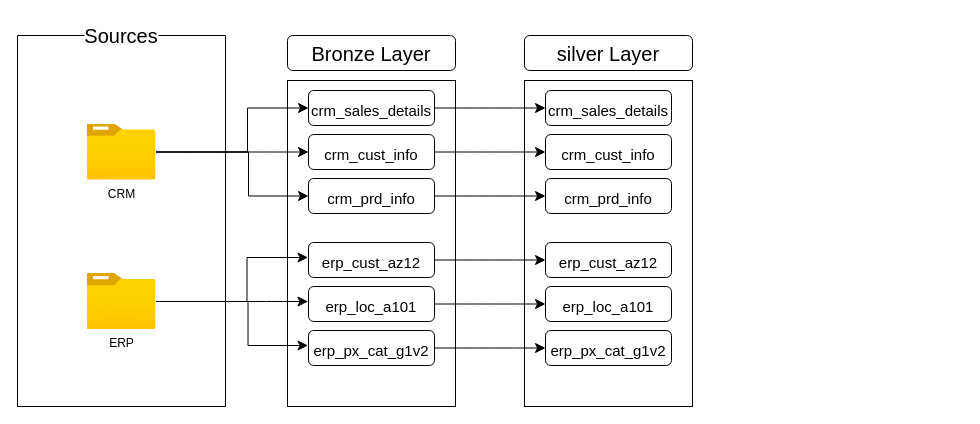
This is documents/DATA_FLOW_DIAGRAM.drawio from Swaraj-sj2000/sql-data-warehouse-project, a draw.io file, before an edit. Source tidied: cells renumbered, new cells numbered last; positions are measured from the earlier drawing's top-left corner, leaving out a move shared by most shapes. Both pictures are drawn from the tidied source at 100%, with x=0, y=0 at pixel (17, 17).
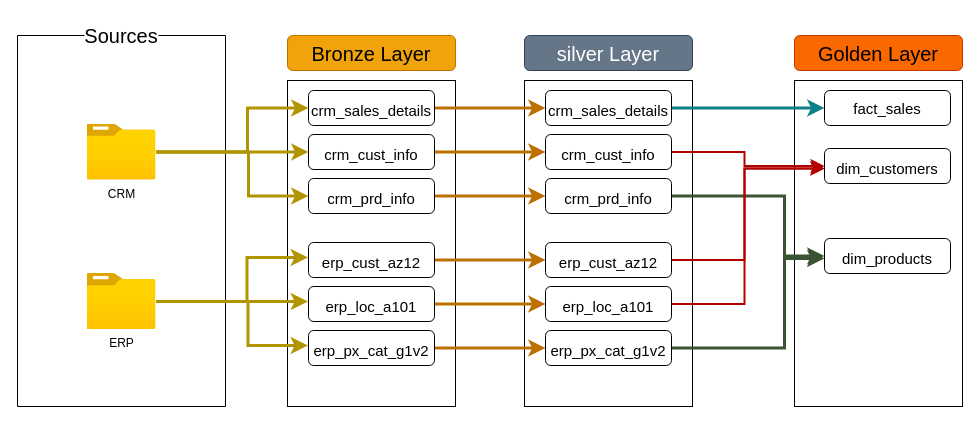
The same diagram, later.

The change refers to these unchanged cells:
```xml
<mxCell id="4" style="swimlane;startSize=0;" parent="1" vertex="1">
  <mxGeometry y="18" width="208" height="371" as="geometry" />
</mxCell>
<mxCell id="5" value="CRM&lt;div&gt;&lt;br&gt;&lt;/div&gt;" style="image;html=1;points=[];align=center;fontSize=12;image=img/lib/azure2/general/Folder_Blank.svg;" parent="4" vertex="1">
  <mxGeometry x="69.5" y="88.5" width="69" height="56" as="geometry" />
</mxCell>
<mxCell id="12" value="&lt;font style=&quot;font-size: 15px;&quot;&gt;crm_sales_details&lt;/font&gt;" style="rounded=1;whiteSpace=wrap;html=1;fontSize=20;verticalAlign=middle;labelPosition=center;verticalLabelPosition=middle;align=center;" parent="1" vertex="1">
  <mxGeometry x="291" y="73" width="126" height="35" as="geometry" />
</mxCell>
<mxCell id="15" value="&lt;font style=&quot;font-size: 15px;&quot;&gt;crm_prd_info&lt;/font&gt;" style="rounded=1;whiteSpace=wrap;html=1;fontSize=20;verticalAlign=middle;labelPosition=center;verticalLabelPosition=middle;align=center;" parent="1" vertex="1">
  <mxGeometry x="291" y="161" width="126" height="35" as="geometry" />
</mxCell>
<mxCell id="17" value="&lt;font style=&quot;font-size: 15px;&quot;&gt;crm_cust_info&lt;/font&gt;" style="rounded=1;whiteSpace=wrap;html=1;fontSize=20;verticalAlign=middle;labelPosition=center;verticalLabelPosition=middle;align=center;" parent="1" vertex="1">
  <mxGeometry x="291" y="117" width="126" height="35" as="geometry" />
</mxCell>
<mxCell id="20" value="&lt;span style=&quot;font-size: 15px;&quot;&gt;erp_cust_az12&lt;/span&gt;" style="rounded=1;whiteSpace=wrap;html=1;fontSize=20;verticalAlign=middle;labelPosition=center;verticalLabelPosition=middle;align=center;" parent="1" vertex="1">
  <mxGeometry x="291" y="225" width="126" height="35" as="geometry" />
</mxCell>
<mxCell id="22" value="&lt;font style=&quot;font-size: 15px;&quot;&gt;erp_px_cat_g1v2&lt;/font&gt;" style="rounded=1;whiteSpace=wrap;html=1;fontSize=20;verticalAlign=middle;labelPosition=center;verticalLabelPosition=middle;align=center;" parent="1" vertex="1">
  <mxGeometry x="291" y="313" width="126" height="35" as="geometry" />
</mxCell>
<mxCell id="24" value="&lt;font style=&quot;font-size: 15px;&quot;&gt;erp_loc_a101&lt;/font&gt;" style="rounded=1;whiteSpace=wrap;html=1;fontSize=20;verticalAlign=middle;labelPosition=center;verticalLabelPosition=middle;align=center;" parent="1" vertex="1">
  <mxGeometry x="291" y="269" width="126" height="35" as="geometry" />
</mxCell>
<mxCell id="29" value="&lt;font style=&quot;font-size: 15px;&quot;&gt;crm_sales_details&lt;/font&gt;" style="rounded=1;whiteSpace=wrap;html=1;fontSize=20;verticalAlign=middle;labelPosition=center;verticalLabelPosition=middle;align=center;" parent="1" vertex="1">
  <mxGeometry x="528" y="73" width="126" height="35" as="geometry" />
</mxCell>
<mxCell id="30" value="&lt;font style=&quot;font-size: 15px;&quot;&gt;crm_prd_info&lt;/font&gt;" style="rounded=1;whiteSpace=wrap;html=1;fontSize=20;verticalAlign=middle;labelPosition=center;verticalLabelPosition=middle;align=center;" parent="1" vertex="1">
  <mxGeometry x="528" y="161" width="126" height="35" as="geometry" />
</mxCell>
<mxCell id="31" value="&lt;font style=&quot;font-size: 15px;&quot;&gt;crm_cust_info&lt;/font&gt;" style="rounded=1;whiteSpace=wrap;html=1;fontSize=20;verticalAlign=middle;labelPosition=center;verticalLabelPosition=middle;align=center;" parent="1" vertex="1">
  <mxGeometry x="528" y="117" width="126" height="35" as="geometry" />
</mxCell>
<mxCell id="33" value="&lt;span style=&quot;font-size: 15px;&quot;&gt;erp_cust_az12&lt;/span&gt;" style="rounded=1;whiteSpace=wrap;html=1;fontSize=20;verticalAlign=middle;labelPosition=center;verticalLabelPosition=middle;align=center;" parent="1" vertex="1">
  <mxGeometry x="528" y="225" width="126" height="35" as="geometry" />
</mxCell>
<mxCell id="34" value="&lt;font style=&quot;font-size: 15px;&quot;&gt;erp_px_cat_g1v2&lt;/font&gt;" style="rounded=1;whiteSpace=wrap;html=1;fontSize=20;verticalAlign=middle;labelPosition=center;verticalLabelPosition=middle;align=center;" parent="1" vertex="1">
  <mxGeometry x="528" y="313" width="126" height="35" as="geometry" />
</mxCell>
<mxCell id="35" value="&lt;font style=&quot;font-size: 15px;&quot;&gt;erp_loc_a101&lt;/font&gt;" style="rounded=1;whiteSpace=wrap;html=1;fontSize=20;verticalAlign=middle;labelPosition=center;verticalLabelPosition=middle;align=center;" parent="1" vertex="1">
  <mxGeometry x="528" y="269" width="126" height="35" as="geometry" />
</mxCell>
```

The edit, as a diff of the source:
```diff
@@
+    <mxCell id="36" style="rounded=0;whiteSpace=wrap;html=1;glass=0;" parent="1" vertex="1">
+      <mxGeometry x="777" y="63" width="168" height="326" as="geometry" />
+    </mxCell>
@@
-    <mxCell id="3" style="rounded=0;whiteSpace=wrap;html=1;glass=0;" parent="1" vertex="1">
-      <mxGeometry x="270" y="63" width="168" height="326" as="geometry" />
-    </mxCell>
+    <mxCell id="37" style="rounded=0;whiteSpace=wrap;html=1;glass=0;fillStyle=solid;" parent="1" vertex="1">
+      <mxGeometry x="270" y="63" width="168" height="326" as="geometry" />
+    </mxCell>
@@
-    <mxCell id="7" style="edgeStyle=none;curved=1;rounded=0;orthogonalLoop=1;jettySize=auto;html=1;entryX=0;entryY=0.5;entryDx=0;entryDy=0;fontSize=12;startSize=8;endSize=8;" parent="4" edge="1">
-      <mxGeometry relative="1" as="geometry">
-        <mxPoint x="138.5" y="266" as="sourcePoint" />
-        <mxPoint x="290.5" y="266" as="targetPoint" />
-      </mxGeometry>
-    </mxCell>
-    <mxCell id="8" style="edgeStyle=orthogonalEdgeStyle;rounded=0;orthogonalLoop=1;jettySize=auto;html=1;entryX=0;entryY=0.5;entryDx=0;entryDy=0;fontSize=12;startSize=8;endSize=8;" parent="4" edge="1">
-      <mxGeometry relative="1" as="geometry">
-        <mxPoint x="138.5" y="266" as="sourcePoint" />
-        <mxPoint x="290.5" y="222" as="targetPoint" />
-        <Array as="points">
-          <mxPoint x="229.5" y="266" />
-          <mxPoint x="229.5" y="222" />
-        </Array>
-      </mxGeometry>
-    </mxCell>
-    <mxCell id="9" style="edgeStyle=orthogonalEdgeStyle;rounded=0;orthogonalLoop=1;jettySize=auto;html=1;entryX=0;entryY=0.5;entryDx=0;entryDy=0;fontSize=12;startSize=8;endSize=8;" parent="4" edge="1">
-      <mxGeometry relative="1" as="geometry">
-        <mxPoint x="138.5" y="266" as="sourcePoint" />
-        <mxPoint x="290.5" y="310" as="targetPoint" />
-        <Array as="points">
-          <mxPoint x="230.5" y="266" />
-          <mxPoint x="230.5" y="310" />
-        </Array>
-      </mxGeometry>
-    </mxCell>
+    <mxCell id="38" style="edgeStyle=none;curved=1;rounded=0;orthogonalLoop=1;jettySize=auto;html=1;entryX=0;entryY=0.5;entryDx=0;entryDy=0;fontSize=12;startSize=8;endSize=8;fillColor=#e3c800;strokeColor=#B09500;strokeWidth=3;" parent="4" edge="1">
+      <mxGeometry relative="1" as="geometry">
+        <mxPoint x="138.5" y="266" as="sourcePoint" />
+        <mxPoint x="290.5" y="266" as="targetPoint" />
+      </mxGeometry>
+    </mxCell>
+    <mxCell id="39" style="edgeStyle=orthogonalEdgeStyle;rounded=0;orthogonalLoop=1;jettySize=auto;html=1;entryX=0;entryY=0.5;entryDx=0;entryDy=0;fontSize=12;startSize=8;endSize=8;fillColor=#e3c800;strokeColor=#B09500;strokeWidth=3;" parent="4" edge="1">
+      <mxGeometry relative="1" as="geometry">
+        <mxPoint x="138.5" y="266" as="sourcePoint" />
+        <mxPoint x="290.5" y="222" as="targetPoint" />
+        <Array as="points">
+          <mxPoint x="229.5" y="266" />
+          <mxPoint x="229.5" y="222" />
+        </Array>
+      </mxGeometry>
+    </mxCell>
+    <mxCell id="40" style="edgeStyle=orthogonalEdgeStyle;rounded=0;orthogonalLoop=1;jettySize=auto;html=1;entryX=0;entryY=0.5;entryDx=0;entryDy=0;fontSize=12;startSize=8;endSize=8;fillColor=#e3c800;strokeColor=#B09500;strokeWidth=3;" parent="4" edge="1">
+      <mxGeometry relative="1" as="geometry">
+        <mxPoint x="138.5" y="266" as="sourcePoint" />
+        <mxPoint x="290.5" y="310" as="targetPoint" />
+        <Array as="points">
+          <mxPoint x="230.5" y="266" />
+          <mxPoint x="230.5" y="310" />
+        </Array>
+      </mxGeometry>
+    </mxCell>
-    <mxCell id="10" value="Bronze Layer" style="rounded=1;whiteSpace=wrap;html=1;fontSize=20;" parent="1" vertex="1">
+    <mxCell id="10" value="Bronze Layer" style="rounded=1;whiteSpace=wrap;html=1;fontSize=20;fillColor=#f0a30a;fontColor=#000000;strokeColor=#BD7000;" parent="1" vertex="1">
       <mxGeometry x="270" y="18" width="168" height="35" as="geometry" />
     </mxCell>
-    <mxCell id="11" style="edgeStyle=none;curved=1;rounded=0;jettySize=auto;html=1;entryX=0;entryY=0.5;entryDx=0;entryDy=0;fontSize=12;startSize=8;endSize=8;" parent="1" edge="1" source="12" target="29">
+    <mxCell id="11" style="edgeStyle=none;curved=1;rounded=0;jettySize=auto;html=1;entryX=0;entryY=0.5;entryDx=0;entryDy=0;fontSize=12;startSize=8;endSize=8;fillColor=#f0a30a;strokeColor=#BD7000;strokeWidth=3;" parent="1" edge="1" source="12" target="29">
       <mxGeometry relative="1" as="geometry" />
     </mxCell>
@@
-    <mxCell id="14" style="edgeStyle=none;curved=1;rounded=0;jettySize=auto;html=1;entryX=0;entryY=0.5;entryDx=0;entryDy=0;fontSize=12;startSize=8;endSize=8;" parent="1" edge="1" source="15" target="30">
+    <mxCell id="14" style="edgeStyle=none;curved=1;rounded=0;jettySize=auto;html=1;entryX=0;entryY=0.5;entryDx=0;entryDy=0;fontSize=12;startSize=8;endSize=8;fillColor=#f0a30a;strokeColor=#BD7000;strokeWidth=3;" parent="1" edge="1" source="15" target="30">
       <mxGeometry relative="1" as="geometry" />
     </mxCell>
@@
-    <mxCell id="16" style="edgeStyle=none;curved=1;rounded=0;jettySize=auto;html=1;fontSize=12;startSize=8;endSize=8;" parent="1" edge="1" source="17" target="31">
+    <mxCell id="16" style="edgeStyle=none;curved=1;rounded=0;jettySize=auto;html=1;fontSize=12;startSize=8;endSize=8;fillColor=#f0a30a;strokeColor=#BD7000;strokeWidth=3;" parent="1" edge="1" source="17" target="31">
       <mxGeometry relative="1" as="geometry" />
     </mxCell>
@@
-    <mxCell id="19" style="edgeStyle=none;curved=1;rounded=0;jettySize=auto;html=1;entryX=0;entryY=0.5;entryDx=0;entryDy=0;fontSize=12;startSize=8;endSize=8;" parent="1" edge="1" source="20" target="33">
+    <mxCell id="19" style="edgeStyle=none;curved=1;rounded=0;jettySize=auto;html=1;entryX=0;entryY=0.5;entryDx=0;entryDy=0;fontSize=12;startSize=8;endSize=8;fillColor=#f0a30a;strokeColor=#BD7000;strokeWidth=3;" parent="1" edge="1" source="20" target="33">
       <mxGeometry relative="1" as="geometry" />
     </mxCell>
@@
-    <mxCell id="21" style="edgeStyle=none;curved=1;rounded=0;jettySize=auto;html=1;entryX=0;entryY=0.5;entryDx=0;entryDy=0;fontSize=12;startSize=8;endSize=8;" parent="1" edge="1" source="22" target="34">
+    <mxCell id="21" style="edgeStyle=none;curved=1;rounded=0;jettySize=auto;html=1;entryX=0;entryY=0.5;entryDx=0;entryDy=0;fontSize=12;startSize=8;endSize=8;fillColor=#f0a30a;strokeColor=#BD7000;strokeWidth=3;" parent="1" edge="1" source="22" target="34">
       <mxGeometry relative="1" as="geometry" />
     </mxCell>
@@
-    <mxCell id="23" style="edgeStyle=none;curved=1;rounded=0;jettySize=auto;html=1;entryX=0;entryY=0.5;entryDx=0;entryDy=0;fontSize=12;startSize=8;endSize=8;" parent="1" edge="1" source="24" target="35">
+    <mxCell id="23" style="edgeStyle=none;curved=1;rounded=0;jettySize=auto;html=1;entryX=0;entryY=0.5;entryDx=0;entryDy=0;fontSize=12;startSize=8;endSize=8;fillColor=#f0a30a;strokeColor=#BD7000;strokeWidth=3;" parent="1" edge="1" source="24" target="35">
       <mxGeometry relative="1" as="geometry" />
     </mxCell>
@@
-    <mxCell id="25" style="edgeStyle=none;curved=1;rounded=0;jettySize=auto;html=1;entryX=0;entryY=0.5;entryDx=0;entryDy=0;fontSize=12;startSize=8;endSize=8;" parent="1" edge="1" source="5" target="17">
+    <mxCell id="25" style="edgeStyle=none;curved=1;rounded=0;jettySize=auto;html=1;entryX=0;entryY=0.5;entryDx=0;entryDy=0;fontSize=12;startSize=8;endSize=8;fillColor=#e3c800;strokeColor=#B09500;strokeWidth=3;" parent="1" edge="1" source="5" target="17">
       <mxGeometry relative="1" as="geometry" />
     </mxCell>
-    <mxCell id="26" style="edgeStyle=orthogonalEdgeStyle;rounded=0;jettySize=auto;html=1;entryX=0;entryY=0.5;entryDx=0;entryDy=0;fontSize=12;startSize=8;endSize=8;" parent="1" edge="1" source="5" target="12">
+    <mxCell id="26" style="edgeStyle=orthogonalEdgeStyle;rounded=0;jettySize=auto;html=1;entryX=0;entryY=0.5;entryDx=0;entryDy=0;fontSize=12;startSize=8;endSize=8;fillColor=#e3c800;strokeColor=#B09500;strokeWidth=3;" parent="1" edge="1" source="5" target="12">
       <mxGeometry relative="1" as="geometry">
         <Array as="points">
           <mxPoint x="230" y="135" />
           <mxPoint x="230" y="91" />
         </Array>
       </mxGeometry>
     </mxCell>
-    <mxCell id="27" style="edgeStyle=orthogonalEdgeStyle;rounded=0;jettySize=auto;html=1;entryX=0;entryY=0.5;entryDx=0;entryDy=0;fontSize=12;startSize=8;endSize=8;" parent="1" edge="1" source="5" target="15">
+    <mxCell id="27" style="edgeStyle=orthogonalEdgeStyle;rounded=0;jettySize=auto;html=1;entryX=0;entryY=0.5;entryDx=0;entryDy=0;fontSize=12;startSize=8;endSize=8;fillColor=#e3c800;strokeColor=#B09500;strokeWidth=3;" parent="1" edge="1" source="5" target="15">
       <mxGeometry relative="1" as="geometry">
         <Array as="points">
           <mxPoint x="231" y="135" />
           <mxPoint x="231" y="179" />
         </Array>
       </mxGeometry>
     </mxCell>
-    <mxCell id="28" value="silver Layer" style="rounded=1;whiteSpace=wrap;html=1;fontSize=20;" parent="1" vertex="1">
+    <mxCell id="28" value="silver Layer" style="rounded=1;whiteSpace=wrap;html=1;fontSize=20;fillColor=#647687;fontColor=#ffffff;strokeColor=#314354;" parent="1" vertex="1">
       <mxGeometry x="507" y="18" width="168" height="35" as="geometry" />
     </mxCell>
+    <mxCell id="41" style="edgeStyle=orthogonalEdgeStyle;rounded=0;jettySize=auto;html=1;exitX=1;exitY=0.5;exitDx=0;exitDy=0;entryX=0;entryY=0.5;entryDx=0;entryDy=0;fontSize=12;startSize=8;endSize=8;strokeWidth=3;fillColor=#b0e3e6;strokeColor=#0e8088;" parent="1" edge="1" source="29" target="48">
+      <mxGeometry relative="1" as="geometry" />
+    </mxCell>
@@
+    <mxCell id="42" style="edgeStyle=orthogonalEdgeStyle;rounded=0;jettySize=auto;html=1;exitX=1;exitY=0.5;exitDx=0;exitDy=0;entryX=0;entryY=0.5;entryDx=0;entryDy=0;fontSize=12;startSize=8;endSize=8;fillColor=#6d8764;strokeColor=#3A5431;strokeWidth=3;" parent="1" edge="1" source="30" target="49">
+      <mxGeometry relative="1" as="geometry">
+        <Array as="points">
+          <mxPoint x="767" y="179" />
+          <mxPoint x="767" y="239" />
+        </Array>
+      </mxGeometry>
+    </mxCell>
@@
+    <mxCell id="43" style="edgeStyle=orthogonalEdgeStyle;rounded=0;jettySize=auto;html=1;exitX=1;exitY=0.5;exitDx=0;exitDy=0;entryX=0;entryY=0.5;entryDx=0;entryDy=0;fontSize=12;startSize=8;endSize=8;fillColor=#e51400;strokeColor=#B20000;strokeWidth=2;" parent="1" edge="1" source="31" target="50">
+      <mxGeometry relative="1" as="geometry">
+        <Array as="points">
+          <mxPoint x="727" y="135" />
+          <mxPoint x="727" y="149" />
+        </Array>
+      </mxGeometry>
+    </mxCell>
@@
+    <mxCell id="44" style="edgeStyle=orthogonalEdgeStyle;rounded=0;jettySize=auto;html=1;exitX=1;exitY=0.5;exitDx=0;exitDy=0;fontSize=12;startSize=8;endSize=8;fillColor=#e51400;strokeColor=#B20000;strokeWidth=2;" parent="1" edge="1" source="33">
+      <mxGeometry relative="1" as="geometry">
+        <mxPoint x="807" y="151" as="targetPoint" />
+        <Array as="points">
+          <mxPoint x="727" y="243" />
+          <mxPoint x="727" y="151" />
+        </Array>
+      </mxGeometry>
+    </mxCell>
@@
+    <mxCell id="45" style="edgeStyle=orthogonalEdgeStyle;rounded=0;jettySize=auto;html=1;exitX=1;exitY=0.5;exitDx=0;exitDy=0;fontSize=12;startSize=8;endSize=8;fillColor=#6d8764;strokeColor=#3A5431;strokeWidth=3;" parent="1" edge="1" source="34">
+      <mxGeometry relative="1" as="geometry">
+        <mxPoint x="807" y="241" as="targetPoint" />
+        <Array as="points">
+          <mxPoint x="767" y="331" />
+          <mxPoint x="767" y="241" />
+        </Array>
+      </mxGeometry>
+    </mxCell>
@@
+    <mxCell id="46" style="edgeStyle=orthogonalEdgeStyle;rounded=0;jettySize=auto;html=1;exitX=1;exitY=0.5;exitDx=0;exitDy=0;fontSize=12;startSize=8;endSize=8;fillColor=#e51400;strokeColor=#B20000;strokeWidth=2;" parent="1" edge="1" source="35">
+      <mxGeometry relative="1" as="geometry">
+        <mxPoint x="807" y="151" as="targetPoint" />
+        <Array as="points">
+          <mxPoint x="727" y="287" />
+          <mxPoint x="727" y="151" />
+        </Array>
+      </mxGeometry>
+    </mxCell>
@@
+    <mxCell id="47" value="Golden Layer" style="rounded=1;whiteSpace=wrap;html=1;fontSize=20;fillColor=#fa6800;strokeColor=#C73500;fontColor=#000000;" parent="1" vertex="1">
+      <mxGeometry x="777" y="18" width="168" height="35" as="geometry" />
+    </mxCell>
+    <mxCell id="48" value="fact_sales" style="rounded=1;whiteSpace=wrap;html=1;fontSize=15;verticalAlign=middle;labelPosition=center;verticalLabelPosition=middle;align=center;" parent="1" vertex="1">
+      <mxGeometry x="807" y="73" width="126" height="35" as="geometry" />
+    </mxCell>
+    <mxCell id="49" value="&lt;font style=&quot;font-size: 15px;&quot;&gt;dim_products&lt;/font&gt;" style="rounded=1;whiteSpace=wrap;html=1;fontSize=20;verticalAlign=middle;labelPosition=center;verticalLabelPosition=middle;align=center;" parent="1" vertex="1">
+      <mxGeometry x="807" y="221" width="126" height="35" as="geometry" />
+    </mxCell>
+    <mxCell id="50" value="&lt;font style=&quot;font-size: 15px;&quot;&gt;dim_customers&lt;/font&gt;" style="rounded=1;whiteSpace=wrap;html=1;fontSize=20;verticalAlign=middle;labelPosition=center;verticalLabelPosition=middle;align=center;" parent="1" vertex="1">
+      <mxGeometry x="807" y="131" width="126" height="35" as="geometry" />
+    </mxCell>
+    <mxCell id="51" style="edgeStyle=none;curved=1;rounded=0;orthogonalLoop=1;jettySize=auto;html=1;exitX=0.75;exitY=0;exitDx=0;exitDy=0;fontSize=12;startSize=8;endSize=8;" parent="1" edge="1" source="49" target="49">
+      <mxGeometry relative="1" as="geometry" />
+    </mxCell>
```
